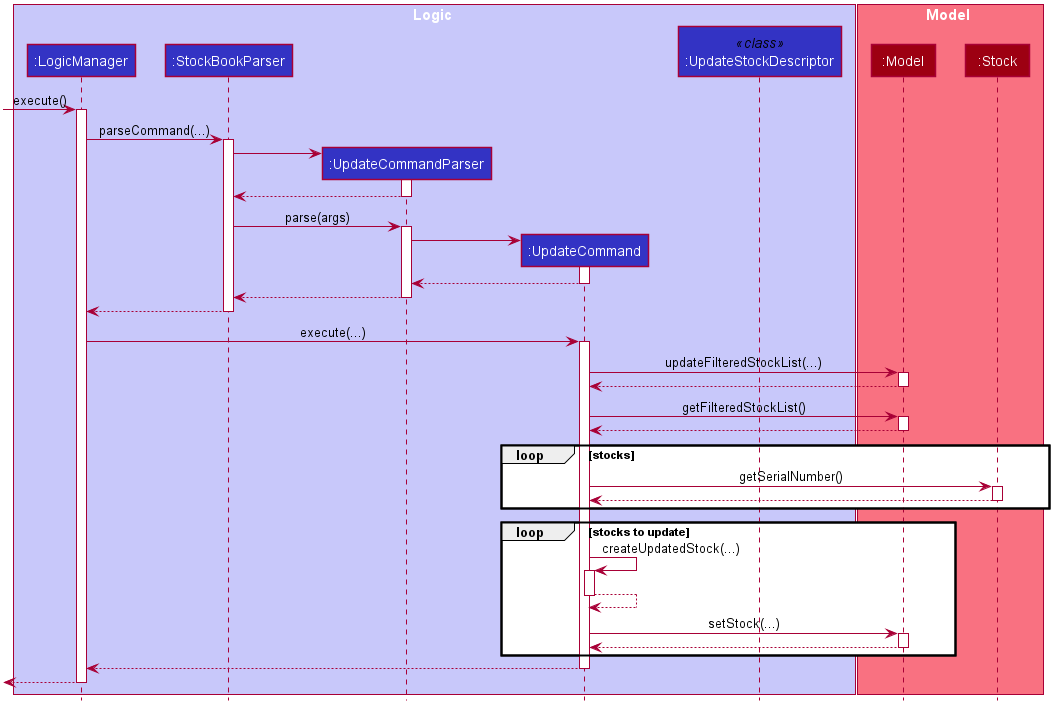
Above: docs/images/UpdateSequenceDiagramExample1.png in nus-cs2103-AY2021S1/tp (PlantUML), before the change.
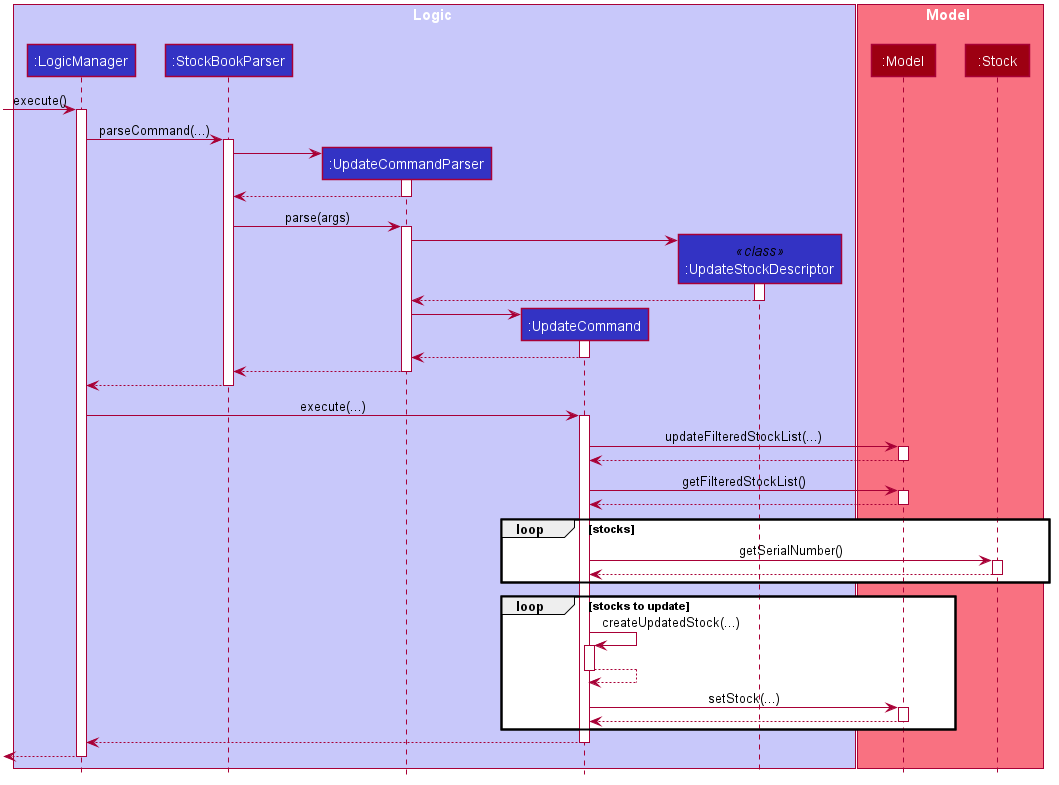
The same diagram one commit later.

The edit, as a diff of the source:
```diff
@@ -77,6 +77,13 @@
 StockBookParser -> UpdateCommandParser : parse(args)
 activate UpdateCommandParser
 
+create UpdateStockDescriptor
+UpdateCommandParser -> UpdateStockDescriptor
+activate UpdateStockDescriptor
+
+UpdateStockDescriptor --> UpdateCommandParser
+deactivate UpdateStockDescriptor
+
 create UpdateCommand
 UpdateCommandParser -> UpdateCommand
 activate UpdateCommand
```
